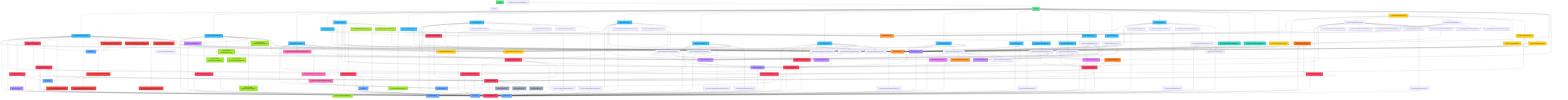
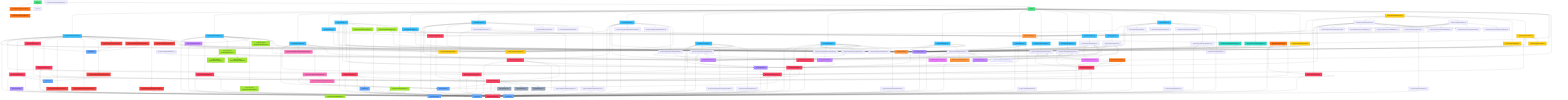
graph TD
    %% Entry Point
    main["main.tsx"]
    app["App.tsx"]

    %% Types
    user["types/user.ts"]
    music["types/music.ts"]
    sub["types/subscription.ts"]
    notifType["types/notification.ts"]
    artistType["types/artist.ts"]
    ticketType["types/ticket.ts"]
    auditType["types/audit.ts"]

    %% Constants
    routes["lib/constants/routes.ts"]
    plans["lib/constants/plans.ts"]
    roles["lib/constants/roles.ts"]

    %% Context
    authCtx["lib/context/AuthContext.tsx"]
    playerCtx["lib/context/PlayerContext.tsx"]

    %% Hooks
    useAuth["lib/hooks/useAuth.ts"]
    usePlayer["lib/hooks/usePlayer.ts"]
    useSubLimits["lib/hooks/useSubscriptionLimits.ts"]

    %% Services
    storage["lib/services/storage.ts"]
    authSvc["lib/services/authService.ts"]
    userSvc["lib/services/userService.ts"]
    subSvc["lib/services/subscriptionService.ts"]
    streamSvc["lib/services/streamService.ts"]
    playlistSvc["lib/services/playlistService.ts"]
    settingsSvc["lib/services/settingsService.ts"]
    passwordSvc["lib/services/password.ts"]
    notifSvc["lib/services/notificationService.ts"]
    artistSvc["lib/services/artistService.ts"]
    artistWorkSvc["lib/services/artistWorkService.ts"]
    adminSvc["lib/services/adminService.ts"]
    ticketSvc["lib/services/ticketService.ts"]
    auditSvc["lib/services/auditService.ts"]
    musicSvc["lib/services/musicService.ts"]

    %% Mock Data
    mockUsers["lib/mockData/users.ts"]
    mockPlans["lib/mockData/plans.ts"]
    mockMusic["lib/mockData/music.ts"]

    %% Validation
    authSchema["lib/validation/authSchemas.ts"]
    profileSchema["lib/validation/profileSchemas.ts"]

    %% Layout Components
    appLayout["components/layout/AppLayout.tsx"]
    authLayout["components/layout/AuthLayout.tsx"]
    topNav["components/layout/TopNav.tsx"]
    sidebar["components/layout/Sidebar.tsx"]
    navItems["components/layout/navItems.ts"]
    pageHeader["components/layout/PageHeader.tsx"]
    pageShell["components/layout/PageShell.tsx"]

    %% Routing Components
    protectedRoute["components/routing/ProtectedRoute.tsx"]
    guestRoute["components/routing/GuestOnlyRoute.tsx"]

    %% UI Components
    button["components/ui/Button.tsx"]
    input["components/ui/Input.tsx"]
    modal["components/ui/Modal.tsx"]
    roleGuard["components/ui/RoleGuard.tsx"]

    %% Auth Components
    loginForm["components/auth/LoginForm.tsx"]
    registerForm["components/auth/RegisterForm.tsx"]
    artistRegForm["components/auth/ArtistRegisterForm.tsx"]
    forgotPwForm["components/auth/ForgotPasswordForm.tsx"]

    %% Home Components
    albumCard["components/home/AlbumCard.tsx"]
    playlistCard["components/home/PlaylistCard.tsx"]
    songRow["components/home/SongRow.tsx"]
    sectionHeading["components/home/SectionHeading.tsx"]
    hScroll["components/home/HorizontalCardScroller.tsx"]
    earlyBanner["components/home/EarlyAccessBanner.tsx"]

    %% Player Components
    playerBar["components/player/PlayerBar.tsx"]
    playerOverlay["components/player/PlayerOverlay.tsx"]
    queuePanel["components/player/QueuePanel.tsx"]
    queueItem["components/player/QueueItem.tsx"]
    playPause["components/player/controls/PlayPauseButton.tsx"]
    progressBar["components/player/controls/ProgressBar.tsx"]
    repeatBtn["components/player/controls/RepeatButton.tsx"]
    shuffleBtn["components/player/controls/ShuffleButton.tsx"]
    skipBtn["components/player/controls/SkipButton.tsx"]
    volCtrl["components/player/controls/VolumeControl.tsx"]
+ 
+     %% Error Components
+     errorBoundary["components/error/ErrorBoundary.tsx"]
+     errorFallback["components/error/ErrorFallback.tsx"]

    %% Album Components
    albumCardArchive["components/albums/AlbumCardArchive.tsx"]
    singleCard["components/albums/SingleCard.tsx"]
    searchBar["components/albums/SearchBar.tsx"]
    filterSort["components/albums/FilterSortBar.tsx"]
    addToPlaylist["components/albums/AddToPlaylistMenu.tsx"]

    %% Playlist Components
    createPlaylistModal["components/playlists/CreatePlaylistModal.tsx"]
    emptyPlaylist["components/playlists/EmptyPlaylistState.tsx"]
    playlistExpandable["components/playlists/PlaylistCardExpandable.tsx"]

    %% Profile Components
    profileCard["components/profile/ProfileCard.tsx"]
    editProfileForm["components/profile/EditProfileForm.tsx"]
    avatarUploader["components/profile/AvatarUploader.tsx"]
    followBtn["components/profile/FollowButton.tsx"]

    %% Settings Components
    notifSettings["components/settings/NotificationSettings.tsx"]
    soundSettings["components/settings/SoundSettings.tsx"]
    langSettings["components/settings/LanguageSettings.tsx"]
    deleteDialog["components/settings/DeleteAccountDialog.tsx"]

    %% Subscription Components
    planCard["components/subscription/PlanCard.tsx"]
    planTable["components/subscription/PlanComparisonTable.tsx"]
    upgradeModal["components/subscription/UpgradeModal.tsx"]
    limitBadge["components/subscription/LimitBadge.tsx"]

    %% Notification Components
    notifCard["components/notifications/NotificationCard.tsx"]
    notifList["components/notifications/NotificationList.tsx"]
    notifEmpty["components/notifications/EmptyNotificationsState.tsx"]

    %% Artist Components
    artistHeader["components/artist/ArtistHeader.tsx"]
    verifiedBadge["components/artist/VerifiedBadge.tsx"]
    artistWorks["components/artist/ArtistWorksList.tsx"]
    artistStats["components/artist/ArtistStatsPanel.tsx"]

    %% Artist Dashboard Components
    artistDashStats["components/artist-dashboard/ArtistStatsCards.tsx"]
    artistDashTable["components/artist-dashboard/ArtistWorksTable.tsx"]
    workForm["components/artist-dashboard/WorkForm.tsx"]
    uploadAudio["components/artist-dashboard/UploadAudioMock.tsx"]
    coverUploader["components/artist-dashboard/CoverUploader.tsx"]

    %% Admin Components
    adminSidebar["components/admin/AdminSidebar.tsx"]
    artistVerifyTable["components/admin/ArtistVerificationTable.tsx"]
    supportTicketsTable["components/admin/SupportTicketsTable.tsx"]
    ticketChatBox["components/admin/TicketChatBox.tsx"]
    auditPaymentsTable["components/admin/AuditPaymentsTable.tsx"]
    subPriceForm["components/admin/SubscriptionPriceForm.tsx"]
    revenueCharts["components/admin/RevenueCharts.tsx"]

    %% Pages
    homePage["pages/HomePage.tsx"]
    loginPage["pages/LoginPage.tsx"]
    registerPage["pages/RegisterPage.tsx"]
    artistRegPage["pages/RegisterArtistPage.tsx"]
    forgotPwPage["pages/ForgotPasswordPage.tsx"]
    profilePage["pages/ProfilePage.tsx"]
    editProfilePage["pages/EditProfilePage.tsx"]
    settingsPage["pages/SettingsPage.tsx"]
    subPage["pages/SubscriptionPage.tsx"]
    playlistsPage["pages/PlaylistsPage.tsx"]
    albumsPage["pages/AlbumsPage.tsx"]
    albumDetailPage["pages/AlbumDetailPage.tsx"]
    artistPage["pages/ArtistPage.tsx"]
    playerPage["pages/PlayerPage.tsx"]
    artistDash["pages/ArtistDashboardPage.tsx"]
    adminDash["pages/AdminDashboardPage.tsx"]
    notifPage["pages/NotificationsPage.tsx"]

    %% === ENTRY FLOW ===
    main --> app
    main --> indexCss["index.css"]
+     main --> errorBoundary
+     errorBoundary --> errorFallback
    app --> authCtx
    app --> playerCtx
    app --> routes
    app --> appLayout
    app --> authLayout
    app --> protectedRoute
    app --> guestRoute
    app --> homePage
    app --> loginPage
    app --> registerPage
    app --> artistRegPage
    app --> forgotPwPage
    app --> profilePage
    app --> editProfilePage
    app --> settingsPage
    app --> subPage
    app --> playlistsPage
    app --> albumsPage
    app --> albumDetailPage
    app --> artistPage
    app --> playerPage
    app --> notifPage
    app --> artistDash
    app --> adminDash

    %% === CONTEXT DEPENDENCIES ===
    authCtx --> authSvc
    authCtx --> userSvc
    authCtx --> notifSvc
    authCtx --> user
    playerCtx --> useAuth
    playerCtx --> storage
    playerCtx --> streamSvc
    playerCtx --> music

    %% === HOOKS ===
    useAuth --> authCtx
    usePlayer --> playerCtx
    useSubLimits --> plans
    useSubLimits --> user

    %% === SERVICE DEPENDENCIES ===
    authSvc --> passwordSvc
    authSvc --> storage
    authSvc --> notifSvc
    authSvc --> user
    userSvc --> storage
    userSvc --> subSvc
    userSvc --> user
    subSvc --> storage
    subSvc --> sub
    subSvc --> user
    streamSvc --> storage
    streamSvc --> user
    playlistSvc --> storage
    playlistSvc --> plans
    playlistSvc --> music
    playlistSvc --> user
    settingsSvc --> userSvc
    settingsSvc --> user
    notifSvc --> storage
    notifSvc --> notifType
    notifSvc --> user
    storage --> mockUsers
    storage --> mockPlans
    storage --> mockMusic
    storage --> user
    storage --> sub
    storage --> music
    storage --> notifType
    musicSvc --> storage
    musicSvc --> music
    mockUsers --> passwordSvc
    mockUsers --> user
    mockPlans --> sub
    mockMusic --> music

    %% === CONSTANTS ===
    plans --> sub
    roles --> user
    routes --> user

    %% === LAYOUT COMPONENTS ===
    appLayout --> topNav
    appLayout --> sidebar
    appLayout --> playerBar
    appLayout --> playerOverlay
    appLayout --> useAuth
    appLayout --> usePlayer
    topNav --> navItems
    topNav --> routes
    topNav --> useAuth
    topNav --> notifSvc
    sidebar --> routes
    authLayout --> routes
    navItems --> routes

    %% === ROUTING ===
    protectedRoute --> routes
    protectedRoute --> useAuth
    guestRoute --> routes
    guestRoute --> useAuth

    %% === UI ===
    roleGuard --> useAuth
    roleGuard --> user

    %% === AUTH FORMS ===
    loginForm --> button
    loginForm --> input
    loginForm --> routes
    loginForm --> useAuth
    loginForm --> authSchema
    registerForm --> button
    registerForm --> input
    registerForm --> modal
    registerForm --> routes
    registerForm --> useAuth
    registerForm --> authSchema
    artistRegForm --> button
    artistRegForm --> input
    artistRegForm --> authSvc
    artistRegForm --> authSchema
    forgotPwForm --> button
    forgotPwForm --> input
    forgotPwForm --> authSvc
    forgotPwForm --> authSchema

    %% === PLAYER ===
    playerBar --> playPause
    playerBar --> progressBar
    playerBar --> repeatBtn
    playerBar --> shuffleBtn
    playerBar --> skipBtn
    playerBar --> volCtrl
    playerBar --> usePlayer
    playerOverlay --> queuePanel
    playerOverlay --> playPause
    playerOverlay --> progressBar
    playerOverlay --> repeatBtn
    playerOverlay --> shuffleBtn
    playerOverlay --> skipBtn
    playerOverlay --> volCtrl
    playerOverlay --> plans
    playerOverlay --> useAuth
    playerOverlay --> usePlayer
    playerOverlay --> streamSvc
    queuePanel --> queueItem
    queuePanel --> usePlayer
    queueItem --> music
-     repeatBtn --> playerCtx
+     repeatBtn --> usePlayer
    songRow --> usePlayer
    songRow --> music

    %% === HOME ===
    earlyBanner --> albumCard
    earlyBanner --> routes
    earlyBanner --> useAuth
    earlyBanner --> music
    albumCard --> music
    playlistCard --> music

    %% === ALBUMS ===
    singleCard --> addToPlaylist
    singleCard --> usePlayer
    singleCard --> music
    addToPlaylist --> music
    albumCardArchive --> music

    %% === PLAYLISTS ===
    playlistExpandable --> usePlayer
    playlistExpandable --> music
    createPlaylistModal --> button
    createPlaylistModal --> modal

    %% === PROFILE ===
    editProfileForm --> avatarUploader
    editProfileForm --> button
    editProfileForm --> input
    editProfileForm --> useSubLimits
    editProfileForm --> profileSchema
    editProfileForm --> user
    profileCard --> user
    followBtn --> button

    %% === SETTINGS ===
    notifSettings --> user
    deleteDialog --> button
    deleteDialog --> modal

    %% === SUBSCRIPTION ===
    planCard --> sub
    planTable --> sub
    upgradeModal --> button
    upgradeModal --> modal
    upgradeModal --> plans
    upgradeModal --> sub

    %% === NOTIFICATIONS ===
    notifCard --> notifType
    notifList --> notifCard
    notifList --> notifType
    notifPage --> pageHeader
    notifPage --> pageShell
    notifPage --> button
    notifPage --> notifList
    notifPage --> notifEmpty
    notifPage --> useAuth
    notifPage --> notifSvc
    notifPage --> notifType

    %% === ARTIST SYSTEM ===
    artistSvc --> storage
    artistSvc --> artistType
    artistSvc --> user
    artistSvc --> music
    artistType --> user
    artistType --> music
    artistHeader --> verifiedBadge
    artistHeader --> user
    artistWorks --> routes
    artistWorks --> usePlayer
    artistWorks --> music
    artistPage --> artistHeader
    artistPage --> artistWorks
    artistPage --> artistStats
    artistPage --> artistSvc
    artistPage --> plans
    artistPage --> routes
    artistPage --> useAuth
    artistPage --> userSvc
    artistPage --> user

    %% === ARTIST DASHBOARD ===
    artistWorkSvc --> storage
    artistWorkSvc --> music
    artistWorkSvc --> user
    workForm --> button
    workForm --> input
    workForm --> uploadAudio
    workForm --> coverUploader
    artistDashTable --> music
    artistDash --> pageHeader
    artistDash --> pageShell
    artistDash --> button
    artistDash --> roleGuard
    artistDash --> artistDashStats
    artistDash --> artistDashTable
    artistDash --> workForm
    artistDash --> artistWorkSvc
    artistDash --> useAuth
    artistDash --> music

    %% === ADMIN SYSTEM ===
    adminSvc --> storage
    adminSvc --> notifSvc
    adminSvc --> passwordSvc
    adminSvc --> user
    ticketSvc --> storage
    ticketSvc --> ticketType
    auditSvc --> storage
    auditSvc --> auditType
    auditSvc --> user
    auditSvc --> music
    artistVerifyTable --> user
    supportTicketsTable --> ticketType
    ticketChatBox --> ticketType
    auditPaymentsTable --> auditType
    subPriceForm --> sub
    revenueCharts --> sub
    adminDash --> pageHeader
    adminDash --> pageShell
    adminDash --> roleGuard
    adminDash --> adminSidebar
    adminDash --> artistVerifyTable
    adminDash --> supportTicketsTable
    adminDash --> ticketChatBox
    adminDash --> auditPaymentsTable
    adminDash --> subPriceForm
    adminDash --> revenueCharts
    adminDash --> adminSvc
    adminDash --> ticketSvc
    adminDash --> auditSvc
    adminDash --> subSvc
    adminDash --> useAuth
    adminDash --> user

    %% === PAGES ===
    homePage --> albumCard
    homePage --> earlyBanner
    homePage --> hScroll
    homePage --> playlistCard
    homePage --> sectionHeading
    homePage --> songRow
    homePage --> routes
    homePage --> useAuth
    homePage --> musicSvc
    loginPage --> loginForm
    registerPage --> registerForm
    artistRegPage --> artistRegForm
    forgotPwPage --> forgotPwForm
    profilePage --> profileCard
    profilePage --> routes
    profilePage --> useAuth
    profilePage --> userSvc
    profilePage --> user
    editProfilePage --> pageHeader
    editProfilePage --> pageShell
    editProfilePage --> editProfileForm
    editProfilePage --> routes
    editProfilePage --> useAuth
    editProfilePage --> userSvc
    settingsPage --> pageHeader
    settingsPage --> pageShell
    settingsPage --> notifSettings
    settingsPage --> soundSettings
    settingsPage --> langSettings
    settingsPage --> deleteDialog
    settingsPage --> routes
    settingsPage --> useAuth
    settingsPage --> settingsSvc
    settingsPage --> userSvc
    settingsPage --> user
    subPage --> pageHeader
    subPage --> pageShell
    subPage --> planCard
    subPage --> planTable
    subPage --> upgradeModal
    subPage --> useAuth
    subPage --> subSvc
    subPage --> userSvc
    subPage --> sub
    playlistsPage --> pageHeader
    playlistsPage --> createPlaylistModal
    playlistsPage --> emptyPlaylist
    playlistsPage --> playlistExpandable
    playlistsPage --> button
    playlistsPage --> useAuth
    playlistsPage --> playlistSvc
    playlistsPage --> musicSvc
    playlistsPage --> music
    albumsPage --> albumCardArchive
    albumsPage --> filterSort
    albumsPage --> searchBar
    albumsPage --> singleCard
    albumsPage --> pageHeader
    albumsPage --> useAuth
    albumsPage --> playlistSvc
    albumsPage --> musicSvc
    albumsPage --> music
    albumDetailPage --> routes
    albumDetailPage --> usePlayer
    albumDetailPage --> musicSvc
    artistPage --> routes
    playerPage --> routes
    playerPage --> usePlayer
    playerPage --> musicSvc
    artistDash --> routes
    adminDash --> routes

    %% === STYLING ===
    classDef entry fill:#4ade80,stroke:#16a34a,color:#000
    classDef type fill:#60a5fa,stroke:#2563eb,color:#000
    classDef constant fill:#a78bfa,stroke:#7c3aed,color:#000
    classDef context fill:#f97316,stroke:#ea580c,color:#000
    classDef hook fill:#fb923c,stroke:#f97316,color:#000
    classDef service fill:#f43f5e,stroke:#e11d48,color:#000
    classDef mock fill:#94a3b8,stroke:#64748b,color:#000
    classDef validation fill:#e879f9,stroke:#c026d3,color:#000
    classDef layout fill:#facc15,stroke:#ca8a04,color:#000
    classDef routing fill:#2dd4bf,stroke:#0d9488,color:#000
    classDef ui fill:#c084fc,stroke:#9333ea,color:#000
+     classDef errorComp fill:#f97316,stroke:#ea580c,color:#000
    classDef notifComp fill:#f472b6,stroke:#ec4899,color:#000
    classDef artistComp fill:#a3e635,stroke:#65a30d,color:#000
    classDef adminComp fill:#ef4444,stroke:#dc2626,color:#000
    classDef page fill:#38bdf8,stroke:#0284c7,color:#000

    class main,app entry
    class user,music,sub,notifType,artistType,ticketType,auditType type
    class routes,plans,roles constant
    class authCtx,playerCtx context
    class useAuth,usePlayer,useSubLimits hook
    class storage,authSvc,userSvc,subSvc,streamSvc,playlistSvc,settingsSvc,passwordSvc,notifSvc,artistSvc,artistWorkSvc,adminSvc,ticketSvc,auditSvc,musicSvc service
    class mockUsers,mockPlans,mockMusic mock
    class authSchema,profileSchema validation
    class appLayout,authLayout,topNav,sidebar,navItems,pageHeader,pageShell layout
    class protectedRoute,guestRoute routing
    class button,input,modal,roleGuard ui
+     class errorBoundary,errorFallback errorComp
    class notifCard,notifList,notifEmpty notifComp
    class artistHeader,verifiedBadge,artistWorks,artistStats,artistDashStats,artistDashTable,workForm,uploadAudio,coverUploader artistComp
    class adminSidebar,artistVerifyTable,supportTicketsTable,ticketChatBox,auditPaymentsTable,subPriceForm,revenueCharts adminComp
    class homePage,loginPage,registerPage,artistRegPage,forgotPwPage,profilePage,editProfilePage,settingsPage,subPage,playlistsPage,albumsPage,albumDetailPage,artistPage,playerPage,artistDash,adminDash,notifPage page
